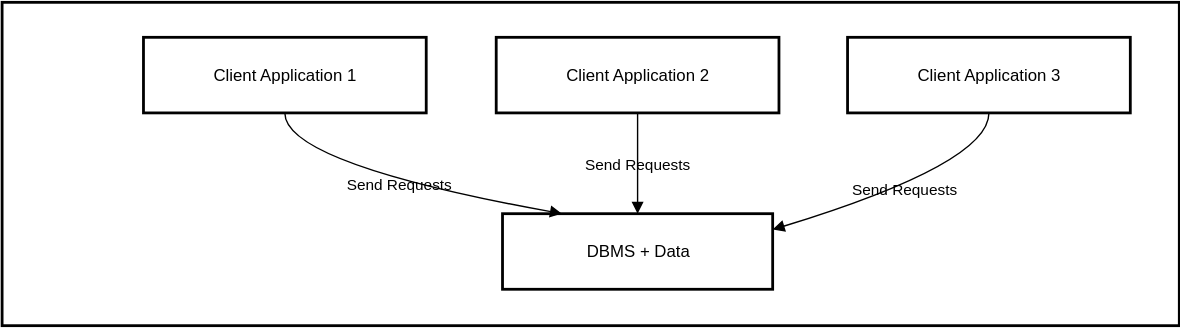
This is DBMS-Architecture-Explorer/assets/DBMS Centralized Architecture.svg from Kishmeet/DBMS-kishmeet-590014410-Sauhard-590013630, a draw.io export, as it was before one commit. Source tidied: cells renumbered, new cells last; positions are measured from the earlier drawing's top-left corner, leaving out a move shared by most shapes.
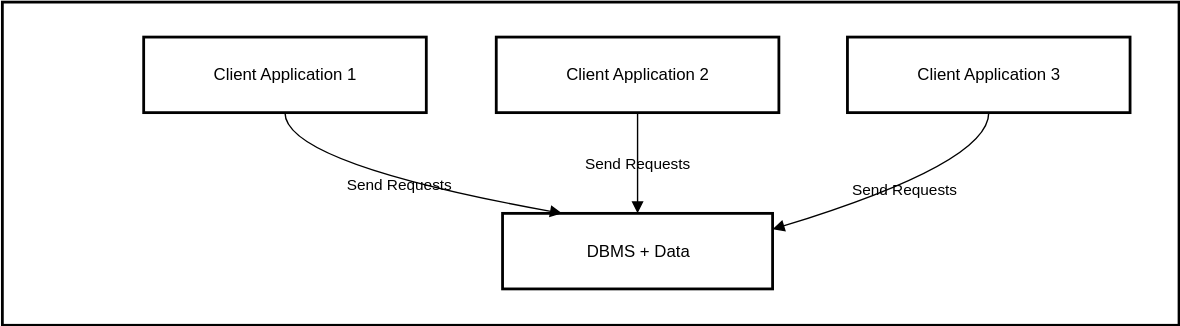
Later version of the same file.

What changed in the source:
```diff
@@ -2,7 +2,7 @@
   <root>
     <mxCell id="0" />
     <mxCell id="1" parent="0" />
-    <mxCell id="2" value="&#10;" style="whiteSpace=wrap;strokeWidth=2;fontColor=light-dark(#000000,#FFFFFF);labelBackgroundColor=none;convertToSvg=0;strokeColor=light-dark(#000000,#000000);fillColor=light-dark(#FFFFFF,#FFFFFF);" parent="1" vertex="1">
+    <mxCell id="2" value="&#10;" style="whiteSpace=wrap;strokeWidth=2;fontColor=light-dark(#000000,#FFFFFF);labelBackgroundColor=none;convertToSvg=0;strokeColor=light-dark(#000000,#000000);fillColor=none;" parent="1" vertex="1">
       <mxGeometry width="841" height="231" as="geometry" />
     </mxCell>
     <mxCell id="3" value="&#10;DBMS + Data&#10;" style="whiteSpace=wrap;strokeWidth=2;verticalAlign=middle;labelBackgroundColor=none;fillColor=none;fontColor=light-dark(#000000,#000000);strokeColor=light-dark(#000000,#000000);" parent="1" vertex="1">
```
